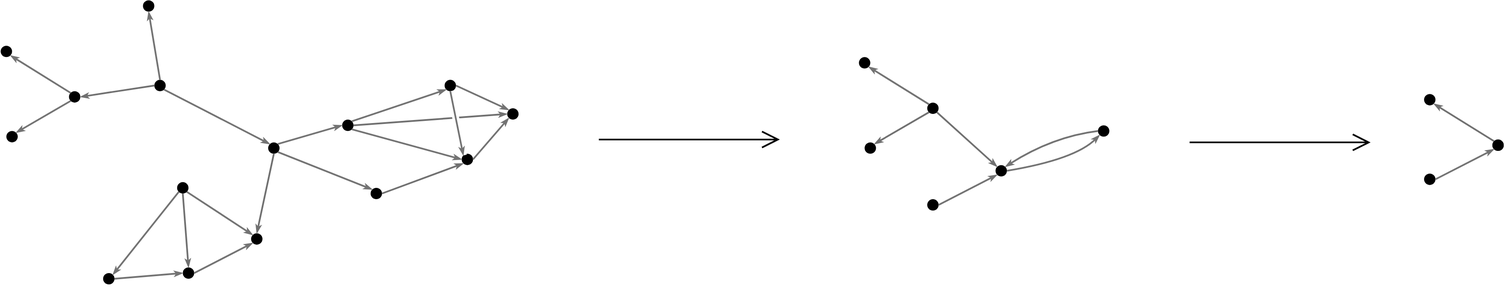
Above: documentation/material/HNSW_tower_00X.svg in TYLERSFOSTER/Graph-HNSW (draw.io), before the change. Source tidied: cells renumbered, new cells last; positions are measured from the earlier drawing's top-left corner, leaving out a move shared by most shapes.
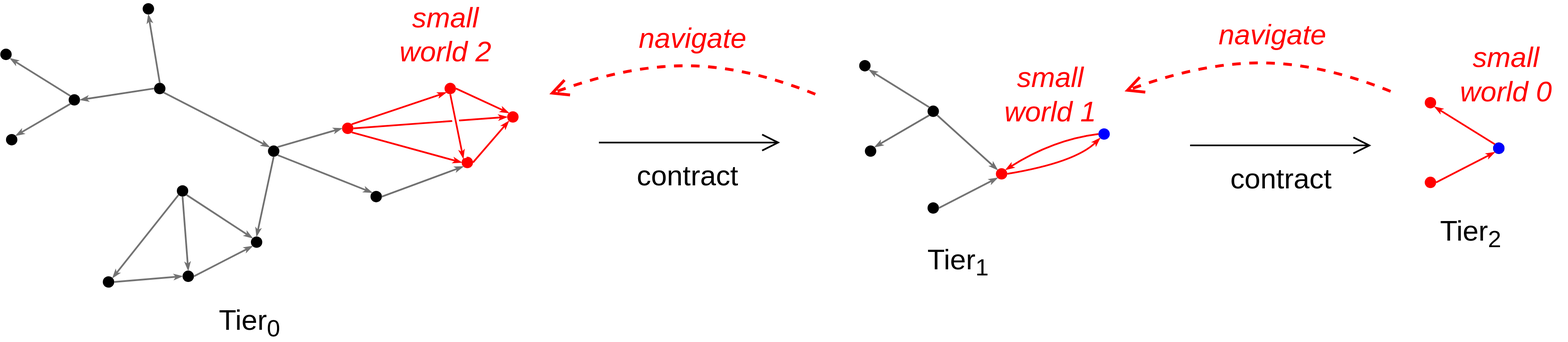
After the change.

Change to the diagram source:
```diff
@@ -5,19 +5,19 @@
     <mxCell id="2" style="ellipse;whiteSpace=wrap;html=1;strokeColor=none;fillColor=#000000;" parent="1" vertex="1">
       <mxGeometry x="470" y="250" width="20" height="20" as="geometry" />
     </mxCell>
-    <mxCell id="3" style="ellipse;whiteSpace=wrap;html=1;strokeColor=none;fillColor=#000000;" parent="1" vertex="1">
+    <mxCell id="3" style="ellipse;whiteSpace=wrap;html=1;strokeColor=none;fillColor=#FF0000;" parent="1" vertex="1">
       <mxGeometry x="780" y="140" width="20" height="20" as="geometry" />
     </mxCell>
     <mxCell id="4" style="ellipse;whiteSpace=wrap;html=1;strokeColor=none;fillColor=#000000;" parent="1" vertex="1">
       <mxGeometry x="650" y="330" width="20" height="20" as="geometry" />
     </mxCell>
-    <mxCell id="5" style="ellipse;whiteSpace=wrap;html=1;strokeColor=none;fillColor=#000000;" parent="1" vertex="1">
+    <mxCell id="5" style="ellipse;whiteSpace=wrap;html=1;strokeColor=none;fillColor=#FF0000;" parent="1" vertex="1">
       <mxGeometry x="600" y="210" width="20" height="20" as="geometry" />
     </mxCell>
-    <mxCell id="6" style="ellipse;whiteSpace=wrap;html=1;strokeColor=none;fillColor=#000000;" parent="1" vertex="1">
+    <mxCell id="6" style="ellipse;whiteSpace=wrap;html=1;strokeColor=none;fillColor=#FF0000;" parent="1" vertex="1">
       <mxGeometry x="810" y="270" width="20" height="20" as="geometry" />
     </mxCell>
-    <mxCell id="7" style="ellipse;whiteSpace=wrap;html=1;strokeColor=none;fillColor=#000000;" parent="1" vertex="1">
+    <mxCell id="7" style="ellipse;whiteSpace=wrap;html=1;strokeColor=none;fillColor=#FF0000;" parent="1" vertex="1">
       <mxGeometry x="890" y="190" width="20" height="20" as="geometry" />
     </mxCell>
     <mxCell id="8" style="ellipse;whiteSpace=wrap;html=1;strokeColor=none;fillColor=#000000;" parent="1" vertex="1">
@@ -53,28 +53,28 @@
     <mxCell id="18" style="endArrow=classicThin;html=1;rounded=0;endFill=1;strokeWidth=3;entryX=0;entryY=0.5;entryDx=0;entryDy=0;exitX=1;exitY=0;exitDx=0;exitDy=0;jumpStyle=none;jumpSize=21;strokeColor=#737373;" parent="1" edge="1" source="2" target="5">
       <mxGeometry relative="1" as="geometry" />
     </mxCell>
-    <mxCell id="19" style="endArrow=classicThin;html=1;rounded=0;endFill=1;strokeWidth=3;entryX=0;entryY=1;entryDx=0;entryDy=0;jumpStyle=none;jumpSize=21;strokeColor=#737373;exitX=1;exitY=0;exitDx=0;exitDy=0;" parent="1" edge="1" source="5" target="3">
+    <mxCell id="19" style="endArrow=classicThin;html=1;rounded=0;endFill=1;strokeWidth=3;entryX=0;entryY=1;entryDx=0;entryDy=0;jumpStyle=none;jumpSize=21;strokeColor=#FF0000;exitX=1;exitY=0;exitDx=0;exitDy=0;" parent="1" edge="1" source="5" target="3">
       <mxGeometry relative="1" as="geometry" />
     </mxCell>
     <mxCell id="20" style="endArrow=classicThin;html=1;rounded=0;endFill=1;strokeWidth=3;entryX=0;entryY=1;entryDx=0;entryDy=0;exitX=1;exitY=0.5;exitDx=0;exitDy=0;jumpStyle=none;jumpSize=21;strokeColor=#707070;" parent="1" edge="1" source="4" target="6">
       <mxGeometry relative="1" as="geometry" />
     </mxCell>
-    <mxCell id="21" style="endArrow=classicThin;html=1;rounded=0;endFill=1;strokeWidth=3;entryX=0;entryY=0;entryDx=0;entryDy=0;exitX=1;exitY=0.5;exitDx=0;exitDy=0;jumpStyle=none;jumpSize=21;strokeColor=#737373;" parent="1" edge="1" source="3" target="7">
+    <mxCell id="21" style="endArrow=classicThin;html=1;rounded=0;endFill=1;strokeWidth=3;entryX=0;entryY=0;entryDx=0;entryDy=0;exitX=1;exitY=0.5;exitDx=0;exitDy=0;jumpStyle=none;jumpSize=21;strokeColor=#FF0000;" parent="1" edge="1" source="3" target="7">
       <mxGeometry relative="1" as="geometry" />
     </mxCell>
-    <mxCell id="22" style="endArrow=classicThin;html=1;rounded=0;endFill=1;strokeWidth=3;entryX=0;entryY=1;entryDx=0;entryDy=0;exitX=1;exitY=0.5;exitDx=0;exitDy=0;jumpStyle=none;jumpSize=21;strokeColor=#737373;" parent="1" edge="1" source="6" target="7">
+    <mxCell id="22" style="endArrow=classicThin;html=1;rounded=0;endFill=1;strokeWidth=3;entryX=0;entryY=1;entryDx=0;entryDy=0;exitX=1;exitY=0.5;exitDx=0;exitDy=0;jumpStyle=none;jumpSize=21;strokeColor=#FF0000;" parent="1" edge="1" source="6" target="7">
       <mxGeometry relative="1" as="geometry" />
     </mxCell>
-    <mxCell id="23" style="endArrow=classicThin;html=1;rounded=0;endFill=1;strokeWidth=3;entryX=0;entryY=0.5;entryDx=0;entryDy=0;exitX=1;exitY=1;exitDx=0;exitDy=0;jumpStyle=none;jumpSize=21;strokeColor=#737373;" parent="1" edge="1" source="5" target="6">
+    <mxCell id="23" style="endArrow=classicThin;html=1;rounded=0;endFill=1;strokeWidth=3;entryX=0;entryY=0.5;entryDx=0;entryDy=0;exitX=1;exitY=1;exitDx=0;exitDy=0;jumpStyle=none;jumpSize=21;strokeColor=#FF0000;" parent="1" edge="1" source="5" target="6">
       <mxGeometry relative="1" as="geometry" />
     </mxCell>
-    <mxCell id="24" style="endArrow=classicThin;html=1;rounded=0;endFill=1;strokeWidth=3;entryX=0;entryY=0.5;entryDx=0;entryDy=0;exitX=1;exitY=0.5;exitDx=0;exitDy=0;jumpStyle=none;jumpSize=21;strokeColor=#707070;" parent="1" edge="1" source="5" target="7">
+    <mxCell id="24" style="endArrow=classicThin;html=1;rounded=0;endFill=1;strokeWidth=3;entryX=0;entryY=0.5;entryDx=0;entryDy=0;exitX=1;exitY=0.5;exitDx=0;exitDy=0;jumpStyle=none;jumpSize=21;strokeColor=#FF0000;" parent="1" edge="1" source="5" target="7">
       <mxGeometry relative="1" as="geometry" />
     </mxCell>
     <mxCell id="25" style="endArrow=none;html=1;rounded=0;endFill=0;strokeWidth=12;entryX=0;entryY=0;entryDx=0;entryDy=0;exitX=0.5;exitY=1;exitDx=0;exitDy=0;jumpStyle=none;jumpSize=21;strokeColor=#FFFFFF;" parent="1" edge="1" source="3" target="6">
       <mxGeometry relative="1" as="geometry" />
     </mxCell>
-    <mxCell id="26" style="endArrow=classicThin;html=1;rounded=0;endFill=1;strokeWidth=3;entryX=0;entryY=0;entryDx=0;entryDy=0;jumpStyle=none;jumpSize=21;strokeColor=#737373;" parent="1" edge="1" target="6">
+    <mxCell id="26" style="endArrow=classicThin;html=1;rounded=0;endFill=1;strokeWidth=3;entryX=0;entryY=0;entryDx=0;entryDy=0;jumpStyle=none;jumpSize=21;strokeColor=#FF0000;" parent="1" edge="1" target="6">
       <mxGeometry relative="1" as="geometry">
         <mxPoint x="790" y="160" as="sourcePoint" />
       </mxGeometry>
@@ -112,7 +112,7 @@
     <mxCell id="37" style="endArrow=classicThin;html=1;rounded=0;endFill=1;strokeWidth=3;entryX=1;entryY=0;entryDx=0;entryDy=0;exitX=0;exitY=1;exitDx=0;exitDy=0;jumpStyle=none;jumpSize=21;strokeColor=#737373;" parent="1" edge="1" source="14" target="16">
       <mxGeometry relative="1" as="geometry" />
     </mxCell>
-    <mxCell id="38" style="ellipse;whiteSpace=wrap;html=1;strokeColor=none;fillColor=#000000;" parent="1" vertex="1">
+    <mxCell id="38" style="ellipse;whiteSpace=wrap;html=1;strokeColor=none;fillColor=#FF0000;" parent="1" vertex="1">
       <mxGeometry x="1748" y="290" width="20" height="20" as="geometry" />
     </mxCell>
     <mxCell id="39" style="ellipse;whiteSpace=wrap;html=1;strokeColor=none;fillColor=#000000;" parent="1" vertex="1">
@@ -145,10 +145,10 @@
         <mxPoint x="1630.9" y="197.1" as="sourcePoint" />
       </mxGeometry>
     </mxCell>
-    <mxCell id="47" style="ellipse;whiteSpace=wrap;html=1;strokeColor=none;fillColor=#000000;" parent="1" vertex="1">
+    <mxCell id="47" style="ellipse;whiteSpace=wrap;html=1;strokeColor=none;fillColor=#0000FF;" parent="1" vertex="1">
       <mxGeometry x="1928" y="220" width="20" height="20" as="geometry" />
     </mxCell>
-    <mxCell id="48" style="curved=1;endArrow=classicThin;html=1;rounded=0;exitX=0;exitY=0.5;exitDx=0;exitDy=0;entryX=1;entryY=0;entryDx=0;entryDy=0;strokeWidth=3;strokeColor=#737373;endFill=1;" parent="1" edge="1" source="47">
+    <mxCell id="48" style="curved=1;endArrow=classicThin;html=1;rounded=0;exitX=0;exitY=0.5;exitDx=0;exitDy=0;entryX=1;entryY=0;entryDx=0;entryDy=0;strokeWidth=3;strokeColor=#FF0000;endFill=1;" parent="1" edge="1" source="47">
       <mxGeometry relative="1" as="geometry">
         <mxPoint x="1765.1" y="292.9" as="targetPoint" />
         <Array as="points">
@@ -156,7 +156,7 @@
         </Array>
       </mxGeometry>
     </mxCell>
-    <mxCell id="49" style="curved=1;endArrow=none;html=1;rounded=0;strokeWidth=3;strokeColor=#737373;endFill=0;startArrow=classicThin;startFill=1;exitX=0;exitY=1;exitDx=0;exitDy=0;entryX=1;entryY=0.5;entryDx=0;entryDy=0;" parent="1" edge="1" source="47">
+    <mxCell id="49" style="curved=1;endArrow=none;html=1;rounded=0;strokeWidth=3;strokeColor=#FF0000;endFill=0;startArrow=classicThin;startFill=1;exitX=0;exitY=1;exitDx=0;exitDy=0;entryX=1;entryY=0.5;entryDx=0;entryDy=0;" parent="1" edge="1" source="47">
       <mxGeometry relative="1" as="geometry">
         <mxPoint x="1768" y="300" as="targetPoint" />
         <Array as="points">
@@ -167,21 +167,21 @@
     <mxCell id="50" style="ellipse;whiteSpace=wrap;html=1;strokeColor=none;fillColor=#000000;" parent="1" vertex="1">
       <mxGeometry x="2621" y="245" width="20" height="20" as="geometry" />
     </mxCell>
-    <mxCell id="51" style="ellipse;whiteSpace=wrap;html=1;strokeColor=none;fillColor=#000000;" parent="1" vertex="1">
+    <mxCell id="51" style="ellipse;whiteSpace=wrap;html=1;strokeColor=none;fillColor=#0000FF;" parent="1" vertex="1">
       <mxGeometry x="2621" y="245" width="20" height="20" as="geometry" />
     </mxCell>
-    <mxCell id="52" style="ellipse;whiteSpace=wrap;html=1;strokeColor=none;fillColor=#000000;" parent="1" vertex="1">
+    <mxCell id="52" style="ellipse;whiteSpace=wrap;html=1;strokeColor=none;fillColor=#FF0000;" parent="1" vertex="1">
       <mxGeometry x="2501" y="305" width="20" height="20" as="geometry" />
     </mxCell>
-    <mxCell id="53" style="ellipse;whiteSpace=wrap;html=1;strokeColor=none;fillColor=#000000;" parent="1" vertex="1">
+    <mxCell id="53" style="ellipse;whiteSpace=wrap;html=1;strokeColor=none;fillColor=#FF0000;" parent="1" vertex="1">
       <mxGeometry x="2501" y="165" width="20" height="20" as="geometry" />
     </mxCell>
-    <mxCell id="54" style="endArrow=classicThin;html=1;rounded=0;endFill=1;strokeWidth=3;entryX=0;entryY=1;entryDx=0;entryDy=0;exitX=1;exitY=0.5;exitDx=0;exitDy=0;jumpStyle=none;jumpSize=21;strokeColor=#737373;" parent="1" edge="1" source="52">
+    <mxCell id="54" style="endArrow=classicThin;html=1;rounded=0;endFill=1;strokeWidth=3;entryX=0;entryY=1;entryDx=0;entryDy=0;exitX=1;exitY=0.5;exitDx=0;exitDy=0;jumpStyle=none;jumpSize=21;strokeColor=#FF0000;" parent="1" edge="1" source="52">
       <mxGeometry relative="1" as="geometry">
         <mxPoint x="2623.9" y="262.1" as="targetPoint" />
       </mxGeometry>
     </mxCell>
-    <mxCell id="55" style="endArrow=classicThin;html=1;rounded=0;endFill=1;strokeWidth=3;entryX=1;entryY=1;entryDx=0;entryDy=0;exitX=0;exitY=0;exitDx=0;exitDy=0;jumpStyle=none;jumpSize=21;strokeColor=#707070;" parent="1" edge="1" target="53">
+    <mxCell id="55" style="endArrow=classicThin;html=1;rounded=0;endFill=1;strokeWidth=3;entryX=1;entryY=1;entryDx=0;entryDy=0;exitX=0;exitY=0;exitDx=0;exitDy=0;jumpStyle=none;jumpSize=21;strokeColor=#FF0000;" parent="1" edge="1" target="53">
       <mxGeometry relative="1" as="geometry">
         <mxPoint x="2623.9" y="247.9" as="sourcePoint" />
       </mxGeometry>
@@ -198,5 +198,55 @@
         <mxPoint x="1369" y="245" as="targetPoint" />
       </mxGeometry>
     </mxCell>
+    <mxCell id="58" style="curved=1;endArrow=open;html=1;rounded=0;endFill=0;strokeWidth=5;endSize=23;dashed=1;strokeColor=#FF0000;" parent="1" edge="1">
+      <mxGeometry relative="1" as="geometry">
+        <mxPoint x="1431" y="160" as="sourcePoint" />
+        <mxPoint x="964" y="160" as="targetPoint" />
+        <Array as="points">
+          <mxPoint x="1307" y="110" />
+          <mxPoint x="1099" y="110" />
+        </Array>
+      </mxGeometry>
+    </mxCell>
+    <mxCell id="59" style="curved=1;endArrow=open;html=1;rounded=0;endFill=0;strokeWidth=5;endSize=23;dashed=1;strokeColor=#FF0000;fontSize=12;" parent="1" edge="1">
+      <mxGeometry relative="1" as="geometry">
+        <mxPoint x="2441" y="155" as="sourcePoint" />
+        <mxPoint x="1974" y="155" as="targetPoint" />
+        <Array as="points">
+          <mxPoint x="2317" y="105" />
+          <mxPoint x="2109" y="105" />
+        </Array>
+      </mxGeometry>
+    </mxCell>
+    <mxCell id="60" value="&lt;font style=&quot;font-size: 50px;&quot;&gt;&lt;i&gt;navigate&lt;/i&gt;&lt;/font&gt;" style="text;html=1;strokeColor=none;fillColor=none;align=center;verticalAlign=middle;whiteSpace=wrap;rounded=0;fontColor=#FF0000;" parent="1" vertex="1">
+      <mxGeometry x="2126" y="40" width="216" height="30" as="geometry" />
+    </mxCell>
+    <mxCell id="61" value="&lt;font style=&quot;font-size: 50px;&quot;&gt;&lt;i&gt;navigate&lt;/i&gt;&lt;/font&gt;" style="text;html=1;strokeColor=none;fillColor=none;align=center;verticalAlign=middle;whiteSpace=wrap;rounded=0;fontColor=#FF0000;" parent="1" vertex="1">
+      <mxGeometry x="1108" y="46" width="216" height="30" as="geometry" />
+    </mxCell>
+    <mxCell id="62" value="&lt;font color=&quot;#000000&quot; style=&quot;font-size: 50px;&quot;&gt;contract&lt;/font&gt;" style="text;html=1;strokeColor=none;fillColor=none;align=center;verticalAlign=middle;whiteSpace=wrap;rounded=0;fontColor=#FF0000;" parent="1" vertex="1">
+      <mxGeometry x="1099" y="288" width="216" height="30" as="geometry" />
+    </mxCell>
+    <mxCell id="63" value="&lt;font color=&quot;#000000&quot; style=&quot;font-size: 50px;&quot;&gt;contract&lt;/font&gt;" style="text;html=1;strokeColor=none;fillColor=none;align=center;verticalAlign=middle;whiteSpace=wrap;rounded=0;fontColor=#FF0000;" parent="1" vertex="1">
+      <mxGeometry x="2141" y="293" width="216" height="30" as="geometry" />
+    </mxCell>
+    <mxCell id="64" value="&lt;font style=&quot;font-size: 50px;&quot;&gt;&lt;i&gt;small world 0&lt;/i&gt;&lt;/font&gt;" style="text;html=1;strokeColor=none;fillColor=none;align=center;verticalAlign=middle;whiteSpace=wrap;rounded=0;fontColor=#FF0000;" parent="1" vertex="1">
+      <mxGeometry x="2536" y="110" width="216" height="30" as="geometry" />
+    </mxCell>
+    <mxCell id="65" value="&lt;font style=&quot;font-size: 50px;&quot;&gt;&lt;i&gt;small world 1&lt;/i&gt;&lt;/font&gt;" style="text;html=1;strokeColor=none;fillColor=none;align=center;verticalAlign=middle;whiteSpace=wrap;rounded=0;fontColor=#FF0000;" parent="1" vertex="1">
+      <mxGeometry x="1736" y="145" width="216" height="30" as="geometry" />
+    </mxCell>
+    <mxCell id="66" value="&lt;font style=&quot;font-size: 50px;&quot;&gt;&lt;i&gt;small world 2&lt;/i&gt;&lt;/font&gt;" style="text;html=1;strokeColor=none;fillColor=none;align=center;verticalAlign=middle;whiteSpace=wrap;rounded=0;fontColor=#FF0000;" parent="1" vertex="1">
+      <mxGeometry x="674" y="40" width="216" height="30" as="geometry" />
+    </mxCell>
+    <mxCell id="67" value="&lt;font color=&quot;#000000&quot; style=&quot;font-size: 50px;&quot;&gt;Tier&lt;sub&gt;2&lt;/sub&gt;&lt;/font&gt;" style="text;html=1;strokeColor=none;fillColor=none;align=center;verticalAlign=middle;whiteSpace=wrap;rounded=0;fontColor=#FF0000;" parent="1" vertex="1">
+      <mxGeometry x="2474" y="390" width="216" height="30" as="geometry" />
+    </mxCell>
+    <mxCell id="68" value="&lt;font color=&quot;#000000&quot; style=&quot;font-size: 50px;&quot;&gt;Tier&lt;sub&gt;1&lt;/sub&gt;&lt;/font&gt;" style="text;html=1;strokeColor=none;fillColor=none;align=center;verticalAlign=middle;whiteSpace=wrap;rounded=0;fontColor=#FF0000;" parent="1" vertex="1">
+      <mxGeometry x="1574" y="440" width="216" height="30" as="geometry" />
+    </mxCell>
+    <mxCell id="69" value="&lt;font color=&quot;#000000&quot; style=&quot;font-size: 50px;&quot;&gt;Tier&lt;sub&gt;0&lt;/sub&gt;&lt;/font&gt;" style="text;html=1;strokeColor=none;fillColor=none;align=center;verticalAlign=middle;whiteSpace=wrap;rounded=0;fontColor=#FF0000;" parent="1" vertex="1">
+      <mxGeometry x="330" y="547" width="216" height="30" as="geometry" />
+    </mxCell>
   </root>
 </mxGraphModel>
```
